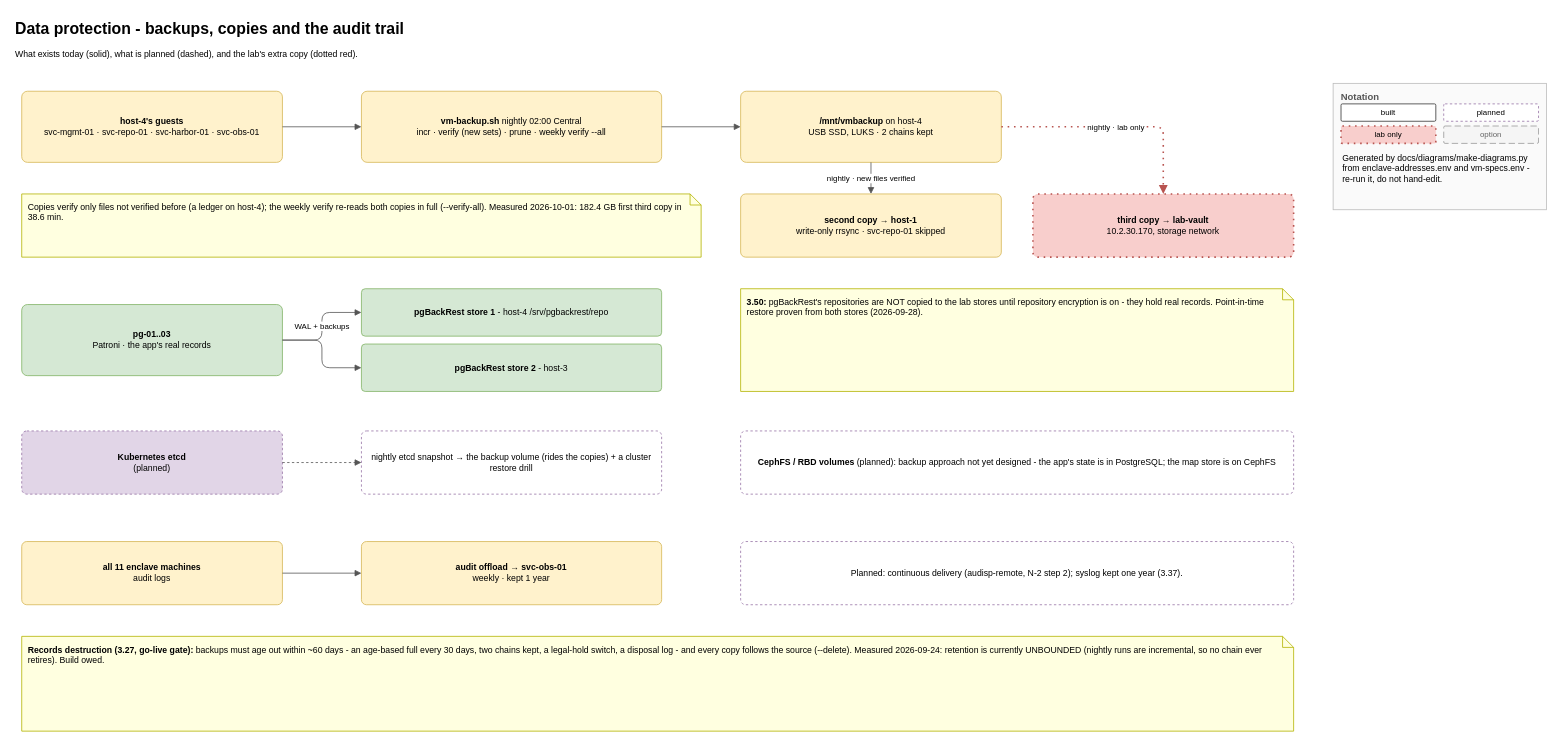
Earlier version of the draw.io diagram page "6 - Data protection" (7 of 7) of docs/diagrams/enclave-all-pages.drawio (mcveybrian-ship-it/canonical-k8s). Source tidied: cells renumbered, new cells numbered last; positions are measured from the earlier drawing's top-left corner, leaving out a move shared by most shapes. Both pictures are drawn from the tidied source at 79%, with x=0, y=0 at pixel (13, 13).
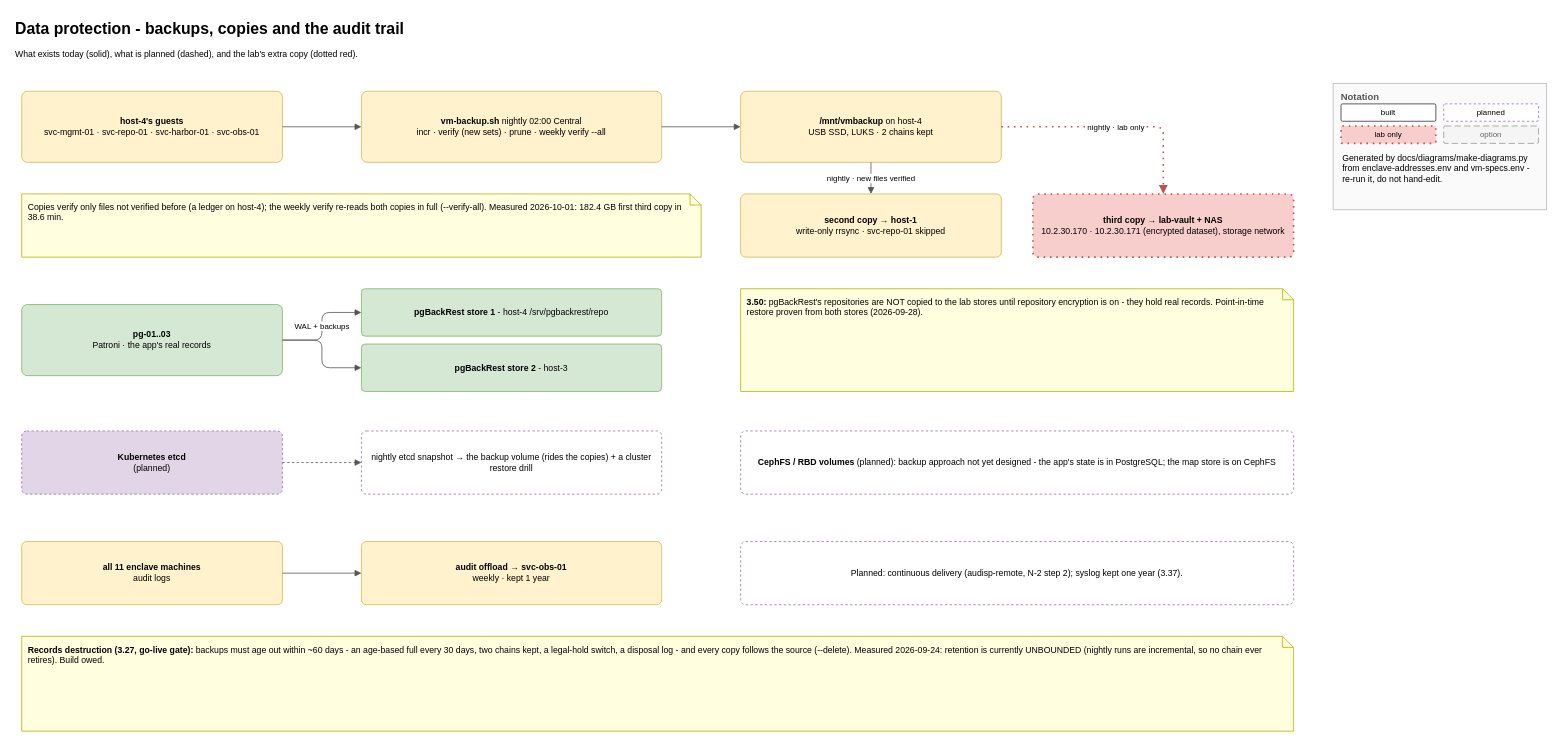
Above is the later version.

Diff of the diagram source:
```diff
@@
-    <mxCell id="14" value="&lt;b&gt;third copy → lab-vault&lt;/b&gt;&lt;br&gt;10.2.30.170, storage network" style="rounded=1;whiteSpace=wrap;html=1;arcSize=8;fillColor=#f8cecc;strokeColor=#b85450;dashed=1;dashPattern=1 3;strokeWidth=2;fontSize=11;" parent="1" vertex="1">
+    <mxCell id="14" value="&lt;b&gt;third copy → lab-vault + NAS&lt;/b&gt;&lt;br&gt;10.2.30.170 · 10.2.30.171 (encrypted dataset), storage network" style="rounded=1;whiteSpace=wrap;html=1;arcSize=8;fillColor=#f8cecc;strokeColor=#b85450;dashed=1;dashPattern=1 3;strokeWidth=2;fontSize=11;" parent="1" vertex="1">
       <mxGeometry x="1290" y="228" width="330" height="80" as="geometry" />
     </mxCell>
```
